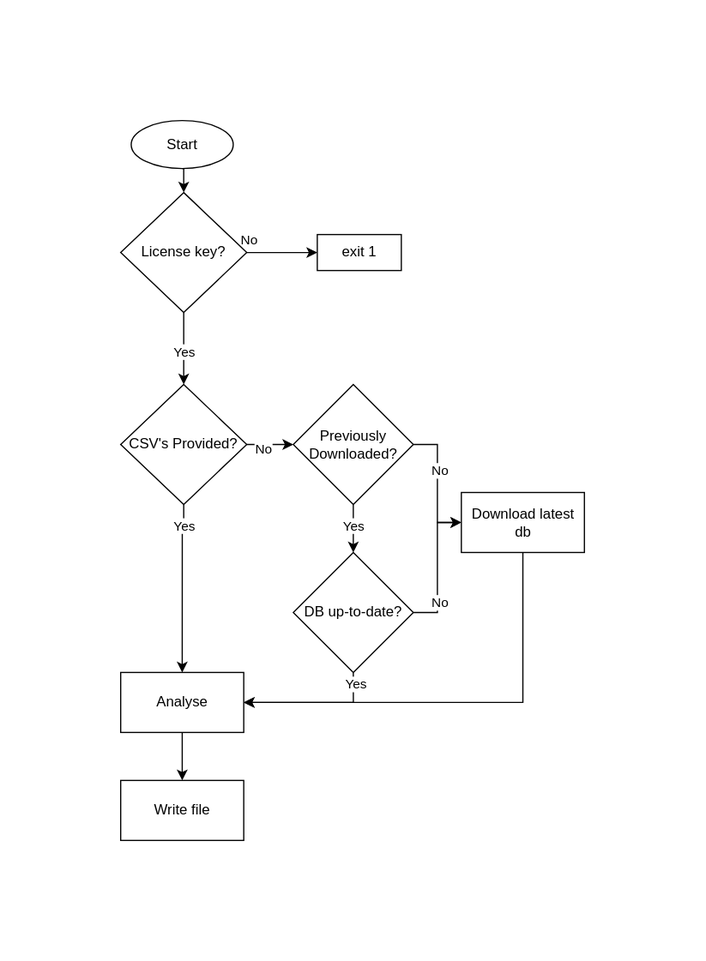
livelink/mindproxy keeps this draw.io diagram as mindproxy_flow.svg. Above is the earlier version. Source tidied: cells renumbered, new cells last; positions are measured from the earlier drawing's top-left corner, leaving out a move shared by most shapes. The source it was exported from:
```xml
<mxGraphModel>
  <root>
    <mxCell id="0" />
    <mxCell id="1" parent="0" />
    <mxCell id="2" value="No" style="edgeStyle=orthogonalEdgeStyle;rounded=0;jettySize=auto;html=1;exitX=1;exitY=0.5;exitDx=0;exitDy=0;" parent="1" edge="1" source="5" target="6">
      <mxGeometry x="-0.95" y="10" relative="1" as="geometry" />
    </mxCell>
    <mxCell id="3" style="edgeStyle=orthogonalEdgeStyle;rounded=0;jettySize=auto;html=1;" parent="1" edge="1" source="5" target="10">
      <mxGeometry relative="1" as="geometry" />
    </mxCell>
    <mxCell id="4" value="Yes" style="edgeLabel;html=1;align=center;verticalAlign=middle;" parent="3" vertex="1">
      <mxGeometry x="0.07" relative="1" as="geometry" />
    </mxCell>
    <mxCell id="5" value="License key?" style="rhombus;whiteSpace=wrap;html=1;" parent="1" vertex="1">
      <mxGeometry y="60" width="105" height="100" as="geometry" />
    </mxCell>
    <mxCell id="6" value="exit 1" style="rounded=0;whiteSpace=wrap;html=1;" parent="1" vertex="1">
      <mxGeometry x="163.8" y="95" width="70" height="30" as="geometry" />
    </mxCell>
    <mxCell id="7" value="Yes" style="edgeStyle=orthogonalEdgeStyle;rounded=0;jettySize=auto;html=1;exitX=0.5;exitY=1;exitDx=0;exitDy=0;entryX=0.5;entryY=0;entryDx=0;entryDy=0;" parent="1" edge="1" source="10" target="12">
      <mxGeometry x="-0.75" relative="1" as="geometry">
        <Array as="points">
          <mxPoint x="51.8" y="340" />
          <mxPoint x="51.8" y="340" />
        </Array>
      </mxGeometry>
    </mxCell>
    <mxCell id="8" style="edgeStyle=orthogonalEdgeStyle;rounded=0;jettySize=auto;html=1;" parent="1" edge="1" source="10" target="20">
      <mxGeometry relative="1" as="geometry" />
    </mxCell>
    <mxCell id="9" value="No" style="edgeLabel;html=1;align=center;verticalAlign=middle;" parent="8" vertex="1">
      <mxGeometry x="-0.37" y="-3" relative="1" as="geometry" />
    </mxCell>
    <mxCell id="10" value="CSV's Provided?" style="rhombus;whiteSpace=wrap;html=1;" parent="1" vertex="1">
      <mxGeometry y="220" width="105" height="100" as="geometry" />
    </mxCell>
    <mxCell id="11" style="edgeStyle=orthogonalEdgeStyle;rounded=0;jettySize=auto;html=1;" parent="1" edge="1" source="12" target="15">
      <mxGeometry relative="1" as="geometry" />
    </mxCell>
    <mxCell id="12" value="Analyse" style="rounded=0;whiteSpace=wrap;html=1;" parent="1" vertex="1">
      <mxGeometry y="460" width="102.5" height="50" as="geometry" />
    </mxCell>
    <mxCell id="13" style="edgeStyle=orthogonalEdgeStyle;rounded=0;jettySize=auto;html=1;exitX=0.5;exitY=1;exitDx=0;exitDy=0;entryX=0.5;entryY=0;entryDx=0;entryDy=0;" parent="1" edge="1" source="14">
      <mxGeometry relative="1" as="geometry">
        <mxPoint x="52.5" y="60" as="targetPoint" />
      </mxGeometry>
    </mxCell>
    <mxCell id="14" value="Start" style="ellipse;whiteSpace=wrap;html=1;" parent="1" vertex="1">
      <mxGeometry x="8.8" width="85" height="40" as="geometry" />
    </mxCell>
    <mxCell id="15" value="Write file" style="rounded=0;whiteSpace=wrap;html=1;" parent="1" vertex="1">
      <mxGeometry y="550" width="102.5" height="50" as="geometry" />
    </mxCell>
    <mxCell id="16" style="edgeStyle=orthogonalEdgeStyle;rounded=0;jettySize=auto;html=1;exitX=1;exitY=0.5;exitDx=0;exitDy=0;entryX=0;entryY=0.5;entryDx=0;entryDy=0;" parent="1" edge="1" source="20" target="22">
      <mxGeometry relative="1" as="geometry" />
    </mxCell>
    <mxCell id="17" value="No" style="edgeLabel;html=1;align=center;verticalAlign=middle;" parent="16" vertex="1">
      <mxGeometry x="-0.2" y="2" relative="1" as="geometry" />
    </mxCell>
    <mxCell id="18" style="edgeStyle=orthogonalEdgeStyle;rounded=0;jettySize=auto;html=1;" parent="1" edge="1" source="20" target="27">
      <mxGeometry relative="1" as="geometry" />
    </mxCell>
    <mxCell id="19" value="Yes" style="edgeLabel;html=1;align=center;verticalAlign=middle;" parent="18" vertex="1">
      <mxGeometry x="-0.15" relative="1" as="geometry" />
    </mxCell>
    <mxCell id="20" value="Previously Downloaded?" style="rhombus;whiteSpace=wrap;html=1;" parent="1" vertex="1">
      <mxGeometry x="143.8" y="220" width="100" height="100" as="geometry" />
    </mxCell>
    <mxCell id="21" style="edgeStyle=orthogonalEdgeStyle;rounded=0;jettySize=auto;html=1;exitX=0.5;exitY=1;exitDx=0;exitDy=0;entryX=1;entryY=0.5;entryDx=0;entryDy=0;" parent="1" edge="1" source="22" target="12">
      <mxGeometry relative="1" as="geometry" />
    </mxCell>
    <mxCell id="22" value="Download latest db" style="rounded=0;whiteSpace=wrap;html=1;" parent="1" vertex="1">
      <mxGeometry x="283.8" y="310" width="102.5" height="50" as="geometry" />
    </mxCell>
    <mxCell id="23" style="edgeStyle=orthogonalEdgeStyle;rounded=0;jettySize=auto;html=1;exitX=0.5;exitY=1;exitDx=0;exitDy=0;entryX=1;entryY=0.5;entryDx=0;entryDy=0;" parent="1" edge="1" source="27" target="12">
      <mxGeometry relative="1" as="geometry" />
    </mxCell>
    <mxCell id="24" value="Yes" style="edgeLabel;html=1;align=center;verticalAlign=middle;" parent="23" vertex="1">
      <mxGeometry x="-0.83" y="2" relative="1" as="geometry" />
    </mxCell>
    <mxCell id="25" style="edgeStyle=orthogonalEdgeStyle;rounded=0;jettySize=auto;html=1;exitX=1;exitY=0.5;exitDx=0;exitDy=0;entryX=0;entryY=0.5;entryDx=0;entryDy=0;" parent="1" edge="1" source="27" target="22">
      <mxGeometry relative="1" as="geometry" />
    </mxCell>
    <mxCell id="26" value="No" style="edgeLabel;html=1;align=center;verticalAlign=middle;" parent="25" vertex="1">
      <mxGeometry x="-0.5" y="-2" relative="1" as="geometry" />
    </mxCell>
    <mxCell id="27" value="DB up-to-date?" style="rhombus;whiteSpace=wrap;html=1;" parent="1" vertex="1">
      <mxGeometry x="143.8" y="360" width="100" height="100" as="geometry" />
    </mxCell>
  </root>
</mxGraphModel>
```
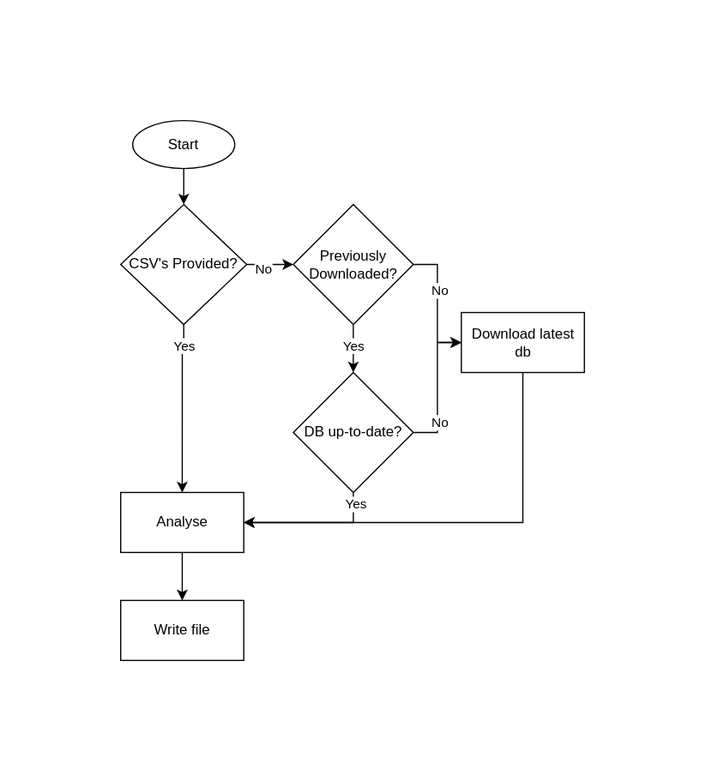
After the change.

Commit message:
Update flow diagram

What changed in the source:
```diff
@@ -2,21 +2,6 @@
   <root>
     <mxCell id="0" />
     <mxCell id="1" parent="0" />
-    <mxCell id="2" value="No" style="edgeStyle=orthogonalEdgeStyle;rounded=0;jettySize=auto;html=1;exitX=1;exitY=0.5;exitDx=0;exitDy=0;" parent="1" edge="1" source="5" target="6">
-      <mxGeometry x="-0.95" y="10" relative="1" as="geometry" />
-    </mxCell>
-    <mxCell id="3" style="edgeStyle=orthogonalEdgeStyle;rounded=0;jettySize=auto;html=1;" parent="1" edge="1" source="5" target="10">
-      <mxGeometry relative="1" as="geometry" />
-    </mxCell>
-    <mxCell id="4" value="Yes" style="edgeLabel;html=1;align=center;verticalAlign=middle;" parent="3" vertex="1">
-      <mxGeometry x="0.07" relative="1" as="geometry" />
-    </mxCell>
-    <mxCell id="5" value="License key?" style="rhombus;whiteSpace=wrap;html=1;" parent="1" vertex="1">
-      <mxGeometry y="60" width="105" height="100" as="geometry" />
-    </mxCell>
-    <mxCell id="6" value="exit 1" style="rounded=0;whiteSpace=wrap;html=1;" parent="1" vertex="1">
-      <mxGeometry x="163.8" y="95" width="70" height="30" as="geometry" />
-    </mxCell>
     <mxCell id="7" value="Yes" style="edgeStyle=orthogonalEdgeStyle;rounded=0;jettySize=auto;html=1;exitX=0.5;exitY=1;exitDx=0;exitDy=0;entryX=0.5;entryY=0;entryDx=0;entryDy=0;" parent="1" edge="1" source="10" target="12">
       <mxGeometry x="-0.75" relative="1" as="geometry">
         <Array as="points">
@@ -40,13 +25,11 @@
     <mxCell id="12" value="Analyse" style="rounded=0;whiteSpace=wrap;html=1;" parent="1" vertex="1">
       <mxGeometry y="460" width="102.5" height="50" as="geometry" />
     </mxCell>
-    <mxCell id="13" style="edgeStyle=orthogonalEdgeStyle;rounded=0;jettySize=auto;html=1;exitX=0.5;exitY=1;exitDx=0;exitDy=0;entryX=0.5;entryY=0;entryDx=0;entryDy=0;" parent="1" edge="1" source="14">
-      <mxGeometry relative="1" as="geometry">
-        <mxPoint x="52.5" y="60" as="targetPoint" />
-      </mxGeometry>
-    </mxCell>
+    <mxCell id="28" style="edgeStyle=orthogonalEdgeStyle;rounded=0;jettySize=auto;html=1;exitX=0.5;exitY=1;exitDx=0;exitDy=0;" parent="1" edge="1" source="14" target="10">
+      <mxGeometry relative="1" as="geometry" />
+    </mxCell>
     <mxCell id="14" value="Start" style="ellipse;whiteSpace=wrap;html=1;" parent="1" vertex="1">
-      <mxGeometry x="8.8" width="85" height="40" as="geometry" />
+      <mxGeometry x="10" y="150" width="85" height="40" as="geometry" />
     </mxCell>
     <mxCell id="15" value="Write file" style="rounded=0;whiteSpace=wrap;html=1;" parent="1" vertex="1">
       <mxGeometry y="550" width="102.5" height="50" as="geometry" />
```
